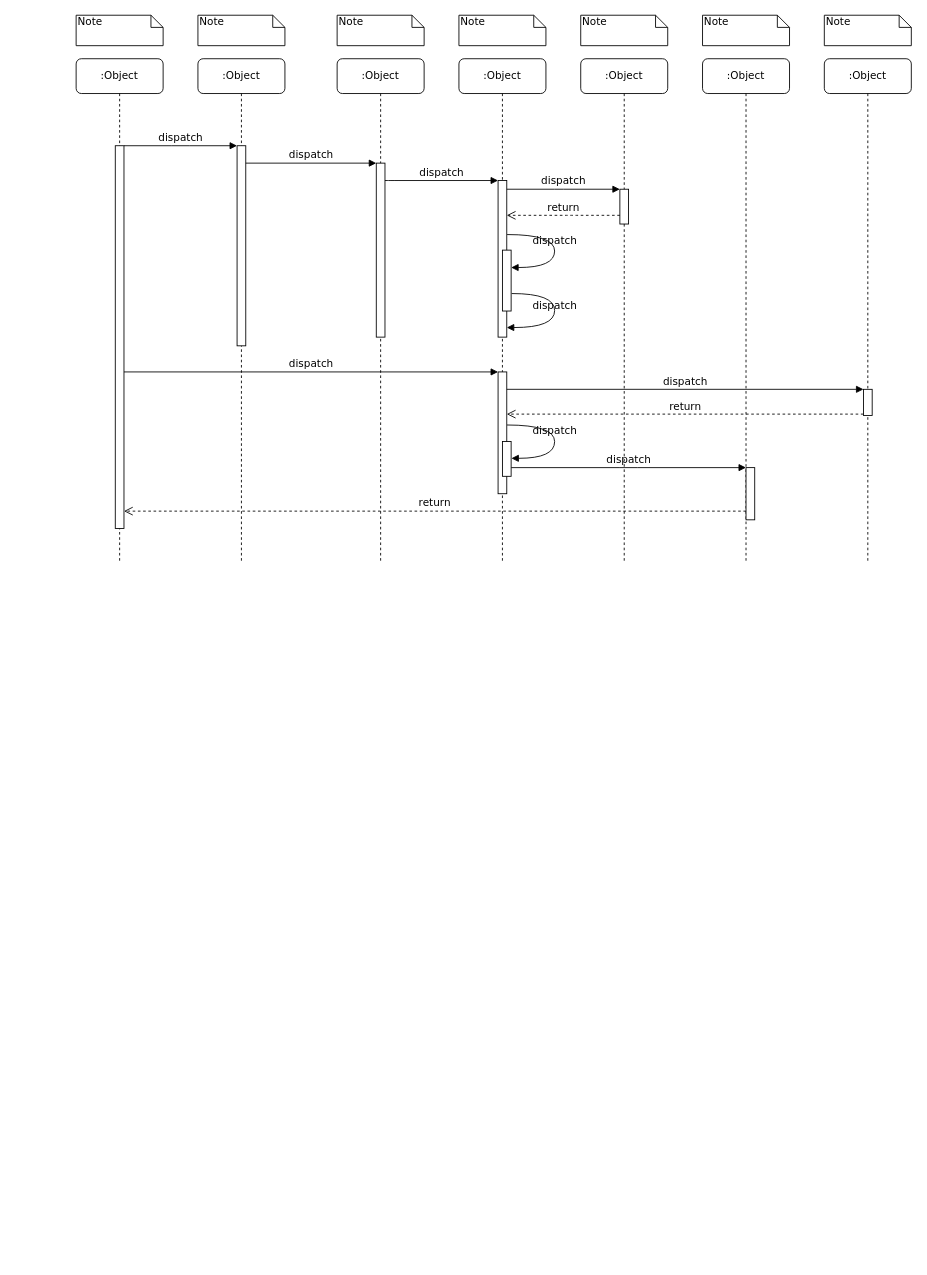
Earlier version of the draw.io diagram Untitled Diagram.drawio (nguyen2f/UNIWork). Source tidied: cells renumbered, new cells numbered last; positions are measured from the earlier drawing's top-left corner, leaving out a move shared by most shapes. Both pictures are drawn from the tidied source at 87%, with x=0, y=0 at pixel (76, 15).
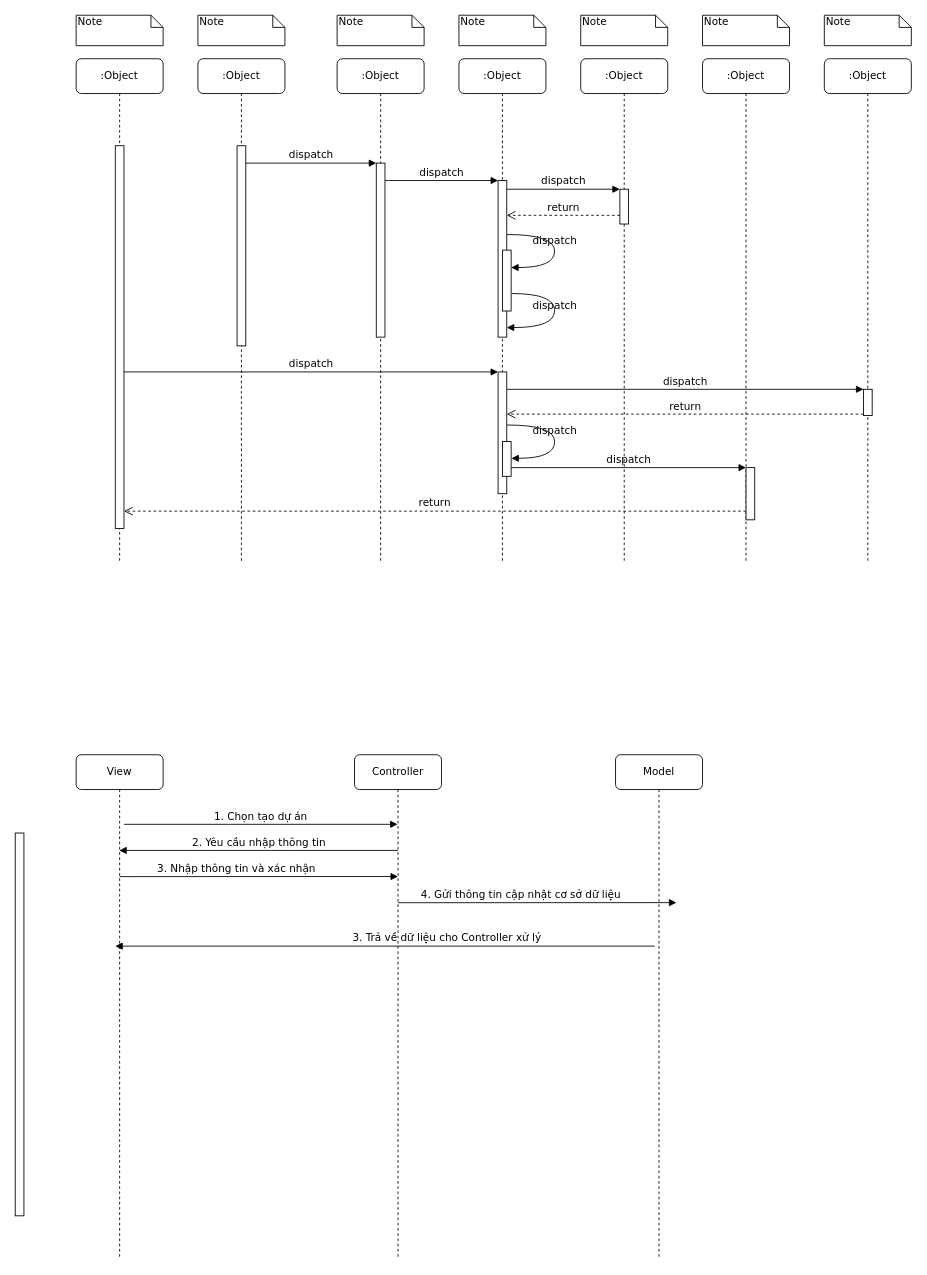
After the change.

Unchanged cells that the change refers to:
```xml
<mxCell id="3" style="html=1;points=[];perimeter=orthogonalPerimeter;rounded=0;shadow=0;comic=0;labelBackgroundColor=none;strokeWidth=1;fontFamily=Verdana;fontSize=12;align=center;" parent="2" vertex="1">
  <mxGeometry x="45" y="100" width="10" height="230" as="geometry" />
</mxCell>
<mxCell id="11" style="html=1;points=[];perimeter=orthogonalPerimeter;rounded=0;shadow=0;comic=0;labelBackgroundColor=none;strokeWidth=1;fontFamily=Verdana;fontSize=12;align=center;" parent="10" vertex="1">
  <mxGeometry x="45" y="100" width="10" height="440" as="geometry" />
</mxCell>
```

Change to the diagram source:
```diff
@@
-    <mxCell id="25" value="dispatch" style="html=1;verticalAlign=bottom;endArrow=block;entryX=0;entryY=0;labelBackgroundColor=none;fontFamily=Verdana;fontSize=12;edgeStyle=elbowEdgeStyle;elbow=vertical;" parent="1" edge="1" source="11" target="3">
-      <mxGeometry relative="1" as="geometry" />
+    <mxCell id="25" value="1. Chọn tạo dự án" style="html=1;verticalAlign=bottom;endArrow=block;labelBackgroundColor=none;fontFamily=Verdana;fontSize=12;edgeStyle=elbowEdgeStyle;elbow=vertical;" parent="1" edge="1" target="40">
+      <mxGeometry relative="1" as="geometry">
+        <mxPoint x="55" y="930" as="sourcePoint" />
+      </mxGeometry>
     </mxCell>
@@
+    <mxCell id="39" value="View" style="shape=umlLifeline;perimeter=lifelinePerimeter;whiteSpace=wrap;html=1;outlineConnect=0;rounded=1;shadow=0;comic=0;labelBackgroundColor=none;strokeWidth=1;fontFamily=Verdana;fontSize=12;align=center;" parent="1" vertex="1">
+      <mxGeometry y="850" width="100" height="580" as="geometry" />
+    </mxCell>
+    <mxCell id="40" value="Controller" style="shape=umlLifeline;perimeter=lifelinePerimeter;whiteSpace=wrap;html=1;outlineConnect=0;rounded=1;shadow=0;comic=0;labelBackgroundColor=none;strokeWidth=1;fontFamily=Verdana;fontSize=12;align=center;" parent="1" vertex="1">
+      <mxGeometry x="320" y="850" width="100" height="580" as="geometry" />
+    </mxCell>
+    <mxCell id="41" value="3. Trả về dữ liệu cho Controller xử lý" style="html=1;verticalAlign=bottom;endArrow=block;labelBackgroundColor=none;fontFamily=Verdana;fontSize=12;edgeStyle=elbowEdgeStyle;elbow=vertical;" parent="40" edge="1">
+      <mxGeometry x="-0.23" relative="1" as="geometry">
+        <mxPoint x="345" y="220" as="sourcePoint" />
+        <mxPoint x="-275" y="220" as="targetPoint" />
+        <Array as="points">
+          <mxPoint x="106.5" y="220" />
+        </Array>
+      </mxGeometry>
+    </mxCell>
+    <mxCell id="42" value="Model" style="shape=umlLifeline;perimeter=lifelinePerimeter;whiteSpace=wrap;html=1;rounded=1;shadow=0;comic=0;labelBackgroundColor=none;strokeWidth=1;fontFamily=Verdana;fontSize=12;align=center;" parent="1" vertex="1">
+      <mxGeometry x="620" y="850" width="100" height="580" as="geometry" />
+    </mxCell>
+    <mxCell id="43" value="2. Yêu cầu nhập thông tin" style="html=1;verticalAlign=bottom;endArrow=block;labelBackgroundColor=none;fontFamily=Verdana;fontSize=12;edgeStyle=elbowEdgeStyle;elbow=vertical;" parent="1" edge="1" target="39">
+      <mxGeometry relative="1" as="geometry">
+        <mxPoint x="370" y="960" as="sourcePoint" />
+      </mxGeometry>
+    </mxCell>
+    <mxCell id="44" style="html=1;perimeter=orthogonalPerimeter;rounded=0;shadow=0;comic=0;labelBackgroundColor=none;strokeWidth=1;fontFamily=Verdana;fontSize=12;align=center;" parent="1" vertex="1">
+      <mxGeometry x="-70" y="940" width="10" height="440" as="geometry" />
+    </mxCell>
+    <mxCell id="45" value="3. Nhập thông tin và xác nhận&amp;nbsp;" style="html=1;verticalAlign=bottom;endArrow=block;labelBackgroundColor=none;fontFamily=Verdana;fontSize=12;edgeStyle=elbowEdgeStyle;elbow=vertical;exitX=0.54;exitY=0.226;exitDx=0;exitDy=0;exitPerimeter=0;" parent="1" edge="1">
+      <mxGeometry x="-0.15" relative="1" as="geometry">
+        <mxPoint x="50" y="990.1" as="sourcePoint" />
+        <mxPoint x="370" y="990" as="targetPoint" />
+      </mxGeometry>
+    </mxCell>
+    <mxCell id="46" value="4. Gửi thông tin cập nhật cơ sở dữ liệu" style="html=1;verticalAlign=bottom;endArrow=block;labelBackgroundColor=none;fontFamily=Verdana;fontSize=12;edgeStyle=elbowEdgeStyle;elbow=vertical;exitX=0.54;exitY=0.226;exitDx=0;exitDy=0;exitPerimeter=0;" parent="1" edge="1">
+      <mxGeometry x="-0.12" relative="1" as="geometry">
+        <mxPoint x="370" y="1020.1" as="sourcePoint" />
+        <mxPoint x="690" y="1020" as="targetPoint" />
+      </mxGeometry>
+    </mxCell>
```
